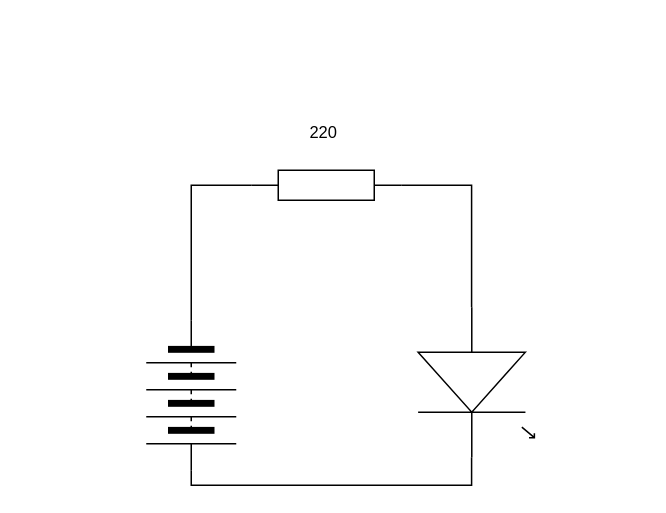
This is page "Page-1" (1 of 2) of single_led.drawio from Mason-tom/TEJ2O-unit-5-02, a draw.io file, before an edit. Source tidied: cells renumbered, new cells numbered last; positions are measured from the earlier drawing's top-left corner, leaving out a move shared by most shapes. Both pictures are drawn from the tidied source at 150%, with x=0, y=0 at pixel (116, 110).
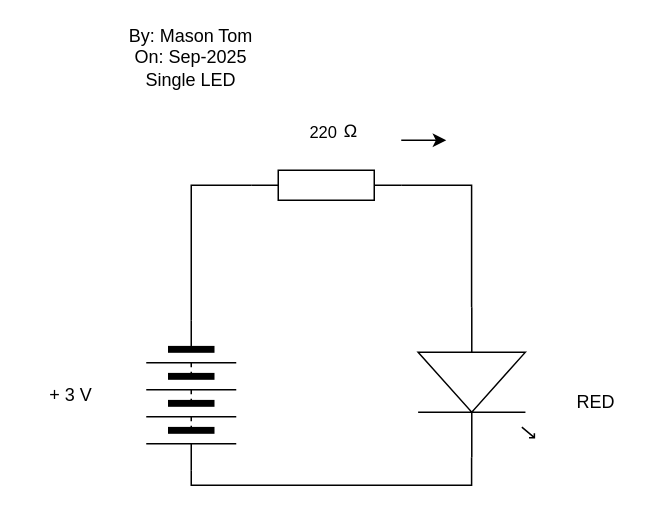
Above is the later version.

Diff of the diagram source:
```diff
@@
 <mxGraphModel>
   <root>
     <mxCell id="0" />
     <mxCell id="1" parent="0" />
     <mxCell id="2" style="edgeStyle=orthogonalEdgeStyle;shape=connector;rounded=0;html=1;exitX=1;exitY=0.54;exitDx=0;exitDy=0;exitPerimeter=0;entryX=1;entryY=0.5;entryDx=0;entryDy=0;strokeColor=default;align=center;verticalAlign=middle;fontFamily=Helvetica;fontSize=11;fontColor=default;labelBackgroundColor=default;endArrow=none;endFill=0;" parent="1" edge="1" source="3" target="4">
       <mxGeometry relative="1" as="geometry" />
     </mxCell>
     <mxCell id="3" style="verticalLabelPosition=bottom;shadow=0;dashed=0;align=center;html=1;verticalAlign=top;shape=mxgraph.electrical.opto_electronics.led_1;rotation=90;" parent="1" vertex="1">
       <mxGeometry x="190" y="142.5" width="100" height="77.5" as="geometry" />
     </mxCell>
     <mxCell id="4" style="verticalLabelPosition=bottom;shadow=0;dashed=0;align=center;html=1;verticalAlign=top;shape=mxgraph.electrical.miscellaneous.batteryStack;rotation=90;" parent="1" vertex="1">
       <mxGeometry y="160" width="100" height="60" as="geometry" />
     </mxCell>
     <mxCell id="5" style="verticalLabelPosition=bottom;shadow=0;dashed=0;align=center;html=1;verticalAlign=top;shape=mxgraph.electrical.resistors.resistor_1;" parent="1" vertex="1">
       <mxGeometry x="90" y="40" width="100" height="20" as="geometry" />
     </mxCell>
     <mxCell id="6" style="html=1;rounded=0;endArrow=none;endFill=0;entryX=0;entryY=0.5;entryDx=0;entryDy=0;entryPerimeter=0;strokeColor=default;edgeStyle=orthogonalEdgeStyle;exitX=0;exitY=0.5;exitDx=0;exitDy=0;" parent="1" edge="1" source="4" target="5">
       <mxGeometry relative="1" as="geometry" />
     </mxCell>
     <mxCell id="7" style="edgeStyle=orthogonalEdgeStyle;shape=connector;rounded=0;html=1;exitX=0;exitY=0.54;exitDx=0;exitDy=0;exitPerimeter=0;entryX=1;entryY=0.5;entryDx=0;entryDy=0;entryPerimeter=0;strokeColor=default;align=center;verticalAlign=middle;fontFamily=Helvetica;fontSize=11;fontColor=default;labelBackgroundColor=default;endArrow=none;endFill=0;" parent="1" edge="1" source="3" target="5">
       <mxGeometry relative="1" as="geometry" />
     </mxCell>
     <mxCell id="8" value="220&amp;nbsp;" style="text;html=1;align=center;verticalAlign=middle;whiteSpace=wrap;rounded=0;fontFamily=Helvetica;fontSize=11;fontColor=default;labelBackgroundColor=default;" parent="1" vertex="1">
       <mxGeometry x="110" width="60" height="30" as="geometry" />
     </mxCell>
+    <mxCell id="9" style="edgeStyle=none;html=1;" parent="1" edge="1" source="10">
+      <mxGeometry relative="1" as="geometry">
+        <mxPoint x="220" y="20" as="targetPoint" />
+      </mxGeometry>
+    </mxCell>
+    <mxCell id="10" value="Ω" style="text;whiteSpace=wrap;" parent="1" vertex="1">
+      <mxGeometry x="150" width="40" height="40" as="geometry" />
+    </mxCell>
+    <mxCell id="11" value="+ 3 V" style="text;strokeColor=none;align=center;fillColor=none;html=1;verticalAlign=middle;whiteSpace=wrap;rounded=0;" parent="1" vertex="1">
+      <mxGeometry x="-60" y="175" width="60" height="30" as="geometry" />
+    </mxCell>
+    <mxCell id="12" value="RED" style="text;strokeColor=none;align=center;fillColor=none;html=1;verticalAlign=middle;whiteSpace=wrap;rounded=0;" parent="1" vertex="1">
+      <mxGeometry x="290" y="180" width="60" height="30" as="geometry" />
+    </mxCell>
+    <mxCell id="13" value="By: Mason Tom&lt;div&gt;On: Sep-2025&lt;/div&gt;&lt;div&gt;Single LED&lt;/div&gt;" style="text;strokeColor=none;align=center;fillColor=none;html=1;verticalAlign=middle;whiteSpace=wrap;rounded=0;" parent="1" vertex="1">
+      <mxGeometry y="-50" width="100" height="30" as="geometry" />
+    </mxCell>
   </root>
 </mxGraphModel>
```
